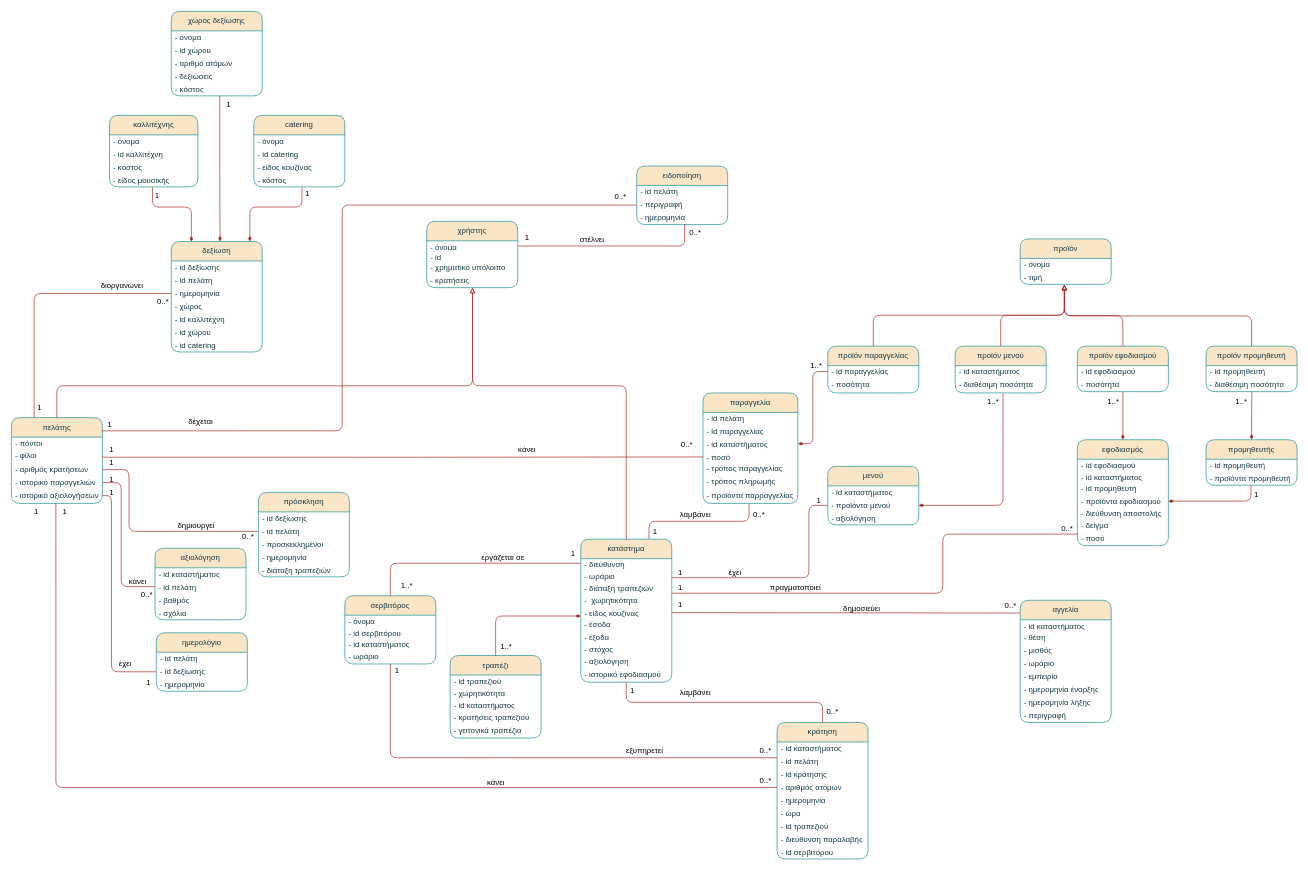
Earlier version of the draw.io diagram documents/contributions/Domain_model_v02.drawio (Mpooks/reasy). Source tidied: cells renumbered, new cells numbered last; positions are measured from the earlier drawing's top-left corner, leaving out a move shared by most shapes. Both pictures are drawn from the tidied source at 65%, with x=0, y=0 at pixel (11, 11).
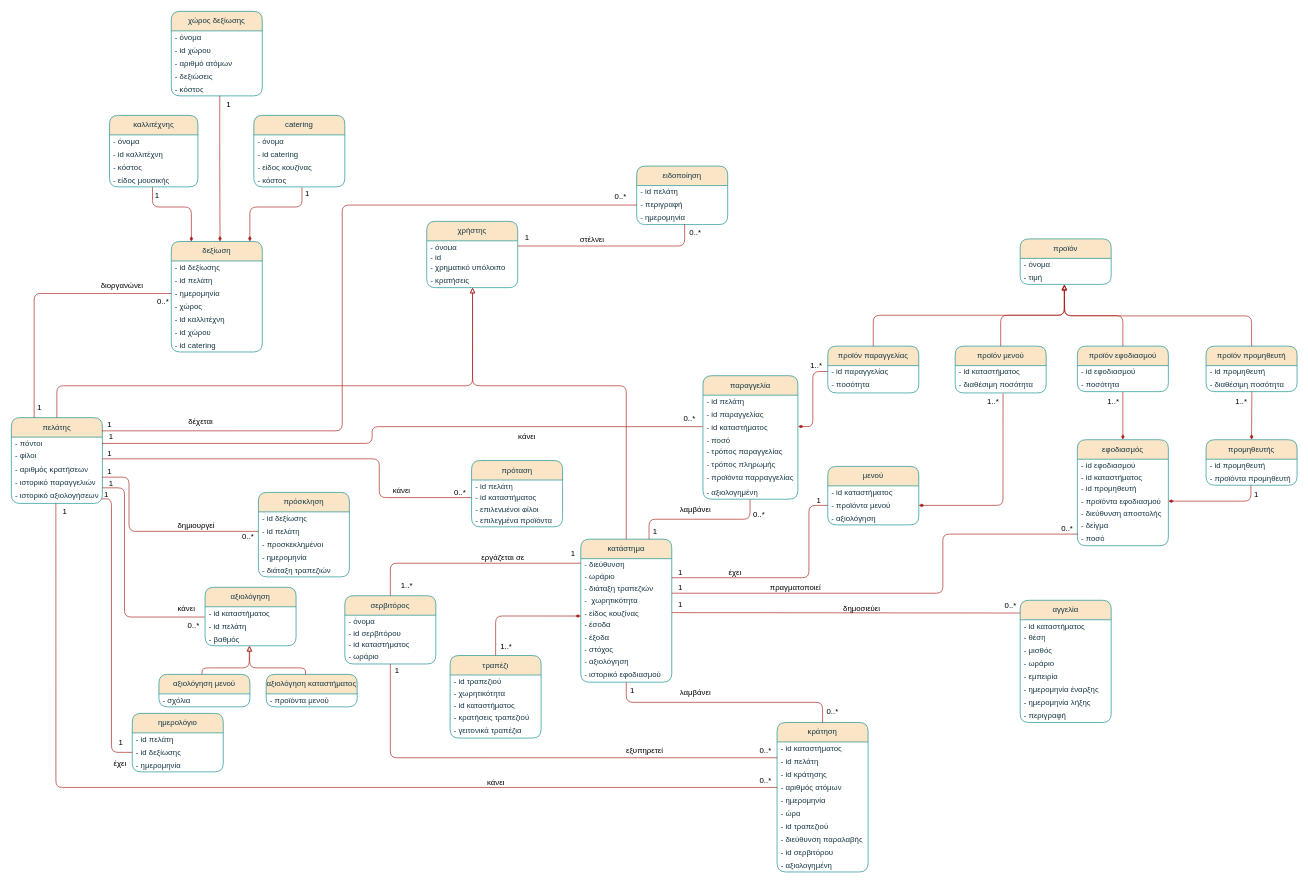
Above is the later version.

Commit message (it also covers changes not shown here):
Update domain model

The change refers to these unchanged cells:
```xml
<mxCell id="2" value="κατάστημα" style="swimlane;fontStyle=0;horizontal=1;startSize=30;whiteSpace=wrap;html=1;rounded=1;glass=0;shadow=0;labelBackgroundColor=none;fillColor=#FAE5C7;strokeColor=#0F8B8D;fontColor=#143642;" parent="1" vertex="1">
  <mxGeometry x="876" y="812" width="140" height="220" as="geometry" />
</mxCell>
<mxCell id="39" value="- id καταστήματος" style="text;strokeColor=none;fillColor=none;align=left;verticalAlign=middle;spacingLeft=4;spacingRight=4;overflow=hidden;points=[[0,0.5],[1,0.5]];portConstraint=eastwest;whiteSpace=wrap;html=1;glass=0;labelBackgroundColor=none;fontColor=#143642;" parent="36" vertex="1">
  <mxGeometry y="70" width="146" height="20" as="geometry" />
</mxCell>
<mxCell id="40" value="- ποσό" style="text;strokeColor=none;fillColor=none;align=left;verticalAlign=middle;spacingLeft=4;spacingRight=4;overflow=hidden;points=[[0,0.5],[1,0.5]];portConstraint=eastwest;whiteSpace=wrap;html=1;glass=0;labelBackgroundColor=none;fontColor=#143642;" parent="36" vertex="1">
  <mxGeometry y="90" width="146" height="17" as="geometry" />
</mxCell>
<mxCell id="43" value="- προϊόντα παρραγγελίας" style="text;strokeColor=none;fillColor=none;align=left;verticalAlign=middle;spacingLeft=4;spacingRight=4;overflow=hidden;points=[[0,0.5],[1,0.5]];portConstraint=eastwest;whiteSpace=wrap;html=1;glass=0;labelBackgroundColor=none;fontColor=#143642;" parent="36" vertex="1">
  <mxGeometry y="145" width="146" height="25" as="geometry" />
</mxCell>
<mxCell id="78" value="- id καταστήματος" style="text;strokeColor=none;fillColor=none;align=left;verticalAlign=middle;spacingLeft=4;spacingRight=4;overflow=hidden;points=[[0,0.5],[1,0.5]];portConstraint=eastwest;whiteSpace=wrap;html=1;glass=0;labelBackgroundColor=none;fontColor=#143642;" parent="77" vertex="1">
  <mxGeometry y="30" width="140" height="20" as="geometry" />
</mxCell>
<mxCell id="80" value="- βαθμός" style="text;strokeColor=none;fillColor=none;align=left;verticalAlign=middle;spacingLeft=4;spacingRight=4;overflow=hidden;points=[[0,0.5],[1,0.5]];portConstraint=eastwest;whiteSpace=wrap;html=1;glass=0;labelBackgroundColor=none;fontColor=#143642;" parent="77" vertex="1">
  <mxGeometry y="70" width="140" height="20" as="geometry" />
</mxCell>
<mxCell id="93" value="- id δεξίωσης" style="text;strokeColor=none;fillColor=none;align=left;verticalAlign=middle;spacingLeft=4;spacingRight=4;overflow=hidden;points=[[0,0.5],[1,0.5]];portConstraint=eastwest;whiteSpace=wrap;html=1;glass=0;labelBackgroundColor=none;fontColor=#143642;" parent="91" vertex="1">
  <mxGeometry y="50" width="140" height="20" as="geometry" />
</mxCell>
<mxCell id="121" value="- id πελάτη" style="text;strokeColor=none;fillColor=none;align=left;verticalAlign=middle;spacingLeft=4;spacingRight=4;overflow=hidden;points=[[0,0.5],[1,0.5]];portConstraint=eastwest;whiteSpace=wrap;html=1;glass=0;labelBackgroundColor=none;fontColor=#143642;" parent="119" vertex="1">
  <mxGeometry y="50" width="140" height="20" as="geometry" />
</mxCell>
<mxCell id="131" value="- φίλοι" style="text;strokeColor=none;fillColor=none;align=left;verticalAlign=middle;spacingLeft=4;spacingRight=4;overflow=hidden;points=[[0,0.5],[1,0.5]];portConstraint=eastwest;whiteSpace=wrap;html=1;glass=0;labelBackgroundColor=none;fontColor=#143642;" parent="129" vertex="1">
  <mxGeometry y="48" width="140" height="22" as="geometry" />
</mxCell>
<mxCell id="132" value="- αριθμός κρατήσεων" style="text;strokeColor=none;fillColor=none;align=left;verticalAlign=middle;spacingLeft=4;spacingRight=4;overflow=hidden;points=[[0,0.5],[1,0.5]];portConstraint=eastwest;whiteSpace=wrap;html=1;glass=0;labelBackgroundColor=none;fontColor=#143642;" parent="129" vertex="1">
  <mxGeometry y="70" width="140" height="20" as="geometry" />
</mxCell>
<mxCell id="133" value="- ιστορικό παραγγελιών" style="text;strokeColor=none;fillColor=none;align=left;verticalAlign=middle;spacingLeft=4;spacingRight=4;overflow=hidden;points=[[0,0.5],[1,0.5]];portConstraint=eastwest;whiteSpace=wrap;html=1;glass=0;labelBackgroundColor=none;fontColor=#143642;" parent="129" vertex="1">
  <mxGeometry y="90" width="140" height="18" as="geometry" />
</mxCell>
<mxCell id="134" value="- ιστορικό αξιολογήσεων" style="text;strokeColor=none;fillColor=none;align=left;verticalAlign=middle;spacingLeft=4;spacingRight=4;overflow=hidden;points=[[0,0.5],[1,0.5]];portConstraint=eastwest;whiteSpace=wrap;html=1;glass=0;labelBackgroundColor=none;fontColor=#143642;" parent="129" vertex="1">
  <mxGeometry y="108" width="140" height="24" as="geometry" />
</mxCell>
```

Diff of the diagram source:
```diff
@@
     <mxCell id="36" value="παραγγελία" style="swimlane;fontStyle=0;horizontal=1;startSize=30;whiteSpace=wrap;html=1;rounded=1;glass=0;labelBackgroundColor=none;fillColor=#FAE5C7;strokeColor=#0F8B8D;fontColor=#143642;" parent="1" vertex="1">
-      <mxGeometry x="1064" y="587" width="146" height="170" as="geometry" />
+      <mxGeometry x="1064" y="560.5" width="146" height="190" as="geometry" />
     </mxCell>
@@
+    <mxCell id="220" value="- αξιολογημένη" style="text;strokeColor=none;fillColor=none;align=left;verticalAlign=middle;spacingLeft=4;spacingRight=4;overflow=hidden;points=[[0,0.5],[1,0.5]];portConstraint=eastwest;whiteSpace=wrap;html=1;glass=0;labelBackgroundColor=none;fontColor=#143642;" parent="36" vertex="1">
+      <mxGeometry y="170" width="146" height="20" as="geometry" />
+    </mxCell>
@@
     <mxCell id="50" value="κράτηση" style="swimlane;fontStyle=0;horizontal=1;startSize=30;whiteSpace=wrap;html=1;rounded=1;glass=0;labelBackgroundColor=none;fillColor=#FAE5C7;strokeColor=#0F8B8D;fontColor=#143642;" parent="1" vertex="1">
-      <mxGeometry x="1178" y="1094" width="140" height="210" as="geometry" />
+      <mxGeometry x="1178" y="1094" width="140" height="230" as="geometry" />
     </mxCell>
@@
+    <mxCell id="221" value="- αξιολογημένη" style="text;strokeColor=none;fillColor=none;align=left;verticalAlign=middle;spacingLeft=4;spacingRight=4;overflow=hidden;whiteSpace=wrap;html=1;glass=0;labelBackgroundColor=none;fontColor=#143642;" parent="50" vertex="1">
+      <mxGeometry y="210" width="140" height="20" as="geometry" />
+    </mxCell>
@@
     <mxCell id="77" value="αξιολόγηση" style="swimlane;fontStyle=0;horizontal=1;startSize=30;whiteSpace=wrap;html=1;rounded=1;glass=0;labelBackgroundColor=none;fillColor=#FAE5C7;strokeColor=#0F8B8D;fontColor=#143642;" parent="1" vertex="1">
-      <mxGeometry x="221" y="826" width="140" height="110" as="geometry" />
+      <mxGeometry x="298" y="886" width="140" height="90" as="geometry" />
     </mxCell>
@@
-    <mxCell id="81" value="- σχόλια&lt;span style=&quot;white-space: pre;&quot;&gt; &lt;/span&gt;" style="text;strokeColor=none;fillColor=none;align=left;verticalAlign=middle;spacingLeft=4;spacingRight=4;overflow=hidden;whiteSpace=wrap;html=1;glass=0;labelBackgroundColor=none;fontColor=#143642;" parent="77" vertex="1">
-      <mxGeometry y="90" width="140" height="20" as="geometry" />
-    </mxCell>
@@
     <mxCell id="91" value="ημερολόγιο" style="swimlane;fontStyle=0;horizontal=1;startSize=30;whiteSpace=wrap;html=1;rounded=1;glass=0;labelBackgroundColor=none;fillColor=#FAE5C7;strokeColor=#0F8B8D;fontColor=#143642;" parent="1" vertex="1">
-      <mxGeometry x="223" y="956" width="140" height="90" as="geometry" />
+      <mxGeometry x="186" y="1080" width="140" height="90" as="geometry" />
     </mxCell>
@@
-    <mxCell id="143" style="edgeStyle=orthogonalEdgeStyle;rounded=1;jettySize=auto;html=1;exitX=0.75;exitY=0;exitDx=0;exitDy=0;entryX=0.485;entryY=1.039;entryDx=0;entryDy=0;fontColor=default;startFill=1;endFill=0;endArrow=none;labelBackgroundColor=none;strokeColor=#A8201A;entryPerimeter=0;" parent="1" edge="1" source="2" target="43">
+    <mxCell id="143" style="edgeStyle=orthogonalEdgeStyle;rounded=1;jettySize=auto;html=1;exitX=0.75;exitY=0;exitDx=0;exitDy=0;entryX=0.496;entryY=1.016;entryDx=0;entryDy=0;fontColor=default;startFill=1;endFill=0;endArrow=none;labelBackgroundColor=none;strokeColor=#A8201A;entryPerimeter=0;" parent="1" edge="1" source="2" target="220">
       <mxGeometry relative="1" as="geometry" />
     </mxCell>
-    <mxCell id="144" style="edgeStyle=orthogonalEdgeStyle;rounded=1;jettySize=auto;html=1;exitX=1;exitY=0.5;exitDx=0;exitDy=0;entryX=0;entryY=0.5;entryDx=0;entryDy=0;fontColor=default;startFill=1;endFill=0;endArrow=none;labelBackgroundColor=none;strokeColor=#A8201A;" parent="1" edge="1" source="131" target="40">
+    <mxCell id="144" style="edgeStyle=orthogonalEdgeStyle;rounded=1;jettySize=auto;html=1;exitX=-0.017;exitY=0.872;exitDx=0;exitDy=0;entryX=-0.001;entryY=0.42;entryDx=0;entryDy=0;fontColor=default;startFill=1;endFill=0;endArrow=none;labelBackgroundColor=none;strokeColor=#A8201A;exitPerimeter=0;entryPerimeter=0;" parent="1" edge="1" source="181" target="39">
       <mxGeometry relative="1" as="geometry">
         <Array as="points">
-          <mxPoint x="555" y="686" />
-          <mxPoint x="1051" y="686" />
+          <mxPoint x="555" y="665" />
         </Array>
       </mxGeometry>
     </mxCell>
     <mxCell id="145" value="κάνει" style="text;html=1;align=center;verticalAlign=middle;strokeColor=none;fillColor=none;" parent="1" vertex="1">
-      <mxGeometry x="770" y="662" width="45" height="26" as="geometry" />
+      <mxGeometry x="770" y="642" width="45" height="26" as="geometry" />
     </mxCell>
     <mxCell id="146" value="λαμβάνει" style="text;html=1;align=center;verticalAlign=middle;strokeColor=none;fillColor=none;" parent="1" vertex="1">
-      <mxGeometry x="1019" y="762" width="66" height="26" as="geometry" />
+      <mxGeometry x="1019" y="753.5" width="66" height="26" as="geometry" />
     </mxCell>
@@
-    <mxCell id="156" style="edgeStyle=orthogonalEdgeStyle;rounded=1;jettySize=auto;html=1;fontColor=default;startFill=1;endFill=0;endArrow=none;labelBackgroundColor=none;strokeColor=#A8201A;exitX=1;exitY=0.5;exitDx=0;exitDy=0;" parent="1" edge="1" source="133">
+    <mxCell id="156" style="edgeStyle=orthogonalEdgeStyle;rounded=1;jettySize=auto;html=1;fontColor=default;startFill=1;endFill=0;endArrow=none;labelBackgroundColor=none;strokeColor=#A8201A;entryX=-0.005;entryY=0.789;entryDx=0;entryDy=0;entryPerimeter=0;exitX=0.28;exitY=0.077;exitDx=0;exitDy=0;exitPerimeter=0;" parent="1" edge="1" source="187" target="78">
       <mxGeometry relative="1" as="geometry">
-        <mxPoint x="221" y="885" as="targetPoint" />
         <Array as="points">
-          <mxPoint x="140" y="725" />
-          <mxPoint x="169" y="725" />
-          <mxPoint x="169" y="885" />
+          <mxPoint x="174" y="733" />
+          <mxPoint x="174" y="932" />
         </Array>
       </mxGeometry>
     </mxCell>
     <mxCell id="157" value="κάνει" style="text;html=1;align=center;verticalAlign=middle;strokeColor=none;fillColor=none;" parent="1" vertex="1">
-      <mxGeometry x="171" y="864" width="45" height="26" as="geometry" />
+      <mxGeometry x="246" y="906" width="45" height="26" as="geometry" />
     </mxCell>
@@
     <mxCell id="159" value="έχει" style="text;html=1;align=center;verticalAlign=middle;strokeColor=none;fillColor=none;" parent="1" vertex="1">
-      <mxGeometry x="156" y="991" width="38" height="26" as="geometry" />
+      <mxGeometry x="148" y="1144" width="38" height="26" as="geometry" />
     </mxCell>
@@
-    <mxCell id="168" style="edgeStyle=orthogonalEdgeStyle;rounded=1;jettySize=auto;html=1;fontColor=default;startFill=1;endFill=0;endArrow=none;labelBackgroundColor=none;strokeColor=#A8201A;exitX=1;exitY=0.5;exitDx=0;exitDy=0;entryX=0;entryY=0.5;entryDx=0;entryDy=0;" parent="1" edge="1" source="132" target="121">
+    <mxCell id="168" style="edgeStyle=orthogonalEdgeStyle;rounded=1;jettySize=auto;html=1;fontColor=default;startFill=1;endFill=0;endArrow=none;labelBackgroundColor=none;strokeColor=#A8201A;exitX=-0.006;exitY=0.101;exitDx=0;exitDy=0;entryX=0;entryY=0.5;entryDx=0;entryDy=0;exitPerimeter=0;" parent="1" edge="1" source="185" target="121">
       <mxGeometry relative="1" as="geometry">
         <Array as="points">
-          <mxPoint x="181" y="705" />
+          <mxPoint x="181" y="717" />
           <mxPoint x="181" y="800" />
         </Array>
       </mxGeometry>
     </mxCell>
@@
-    <mxCell id="175" style="edgeStyle=orthogonalEdgeStyle;rounded=1;jettySize=auto;html=1;fontColor=default;startFill=1;endFill=0;endArrow=none;labelBackgroundColor=none;strokeColor=#A8201A;exitX=0;exitY=0.5;exitDx=0;exitDy=0;entryX=1;entryY=0.5;entryDx=0;entryDy=0;" parent="1" edge="1" source="93" target="134">
+    <mxCell id="175" style="edgeStyle=orthogonalEdgeStyle;rounded=1;jettySize=auto;html=1;fontColor=default;startFill=1;endFill=0;endArrow=none;labelBackgroundColor=none;strokeColor=#A8201A;exitX=0;exitY=0.5;exitDx=0;exitDy=0;entryX=0.992;entryY=0.708;entryDx=0;entryDy=0;entryPerimeter=0;" parent="1" edge="1" source="93" target="134">
       <mxGeometry relative="1" as="geometry">
         <Array as="points">
-          <mxPoint x="154" y="1016" />
-          <mxPoint x="154" y="745" />
+          <mxPoint x="154" y="1140" />
+          <mxPoint x="154" y="750" />
         </Array>
       </mxGeometry>
     </mxCell>
@@
     <mxCell id="181" value="1" style="text;html=1;align=center;verticalAlign=middle;points=[];strokeColor=none;fillColor=none;" parent="1" vertex="1">
-      <mxGeometry x="141" y="662" width="25" height="26" as="geometry" />
+      <mxGeometry x="140" y="642" width="25" height="26" as="geometry" />
     </mxCell>
     <mxCell id="182" value="0..*" style="text;html=1;align=center;verticalAlign=middle;strokeColor=none;fillColor=none;" parent="1" vertex="1">
-      <mxGeometry x="1021" y="653" width="36" height="26" as="geometry" />
+      <mxGeometry x="1025" y="613" width="36" height="26" as="geometry" />
     </mxCell>
     <mxCell id="183" value="1" style="text;html=1;align=center;verticalAlign=middle;strokeColor=none;fillColor=none;" parent="1" vertex="1">
-      <mxGeometry x="141" y="681" width="25" height="26" as="geometry" />
+      <mxGeometry x="138" y="695" width="25" height="26" as="geometry" />
     </mxCell>
@@
     <mxCell id="185" value="1" style="text;html=1;align=center;verticalAlign=middle;points=[];strokeColor=none;fillColor=none;" parent="1" vertex="1">
-      <mxGeometry x="141" y="707" width="25" height="26" as="geometry" />
+      <mxGeometry x="140" y="714" width="25" height="26" as="geometry" />
     </mxCell>
     <mxCell id="186" value="0..*" style="text;html=1;align=center;verticalAlign=middle;strokeColor=none;fillColor=none;" parent="1" vertex="1">
-      <mxGeometry x="190" y="885" width="36" height="26" as="geometry" />
+      <mxGeometry x="262" y="932" width="36" height="26" as="geometry" />
     </mxCell>
     <mxCell id="187" value="1" style="text;html=1;align=center;verticalAlign=middle;points=[];strokeColor=none;fillColor=none;" parent="1" vertex="1">
-      <mxGeometry x="141" y="727.5" width="25" height="26" as="geometry" />
+      <mxGeometry x="133" y="731" width="25" height="26" as="geometry" />
     </mxCell>
     <mxCell id="188" value="1" style="text;html=1;align=center;verticalAlign=middle;strokeColor=none;fillColor=none;" parent="1" vertex="1">
-      <mxGeometry x="198" y="1020" width="25" height="26" as="geometry" />
+      <mxGeometry x="155" y="1112" width="25" height="26" as="geometry" />
     </mxCell>
@@
-    <mxCell id="191" value="1" style="text;html=1;align=center;verticalAlign=middle;strokeColor=none;fillColor=none;" parent="1" vertex="1">
-      <mxGeometry x="25" y="757" width="25" height="26" as="geometry" />
-    </mxCell>
@@
+    <mxCell id="222" value="αξιολόγηση μενού" style="swimlane;fontStyle=0;horizontal=1;startSize=30;whiteSpace=wrap;html=1;rounded=1;glass=0;labelBackgroundColor=none;fillColor=#FAE5C7;strokeColor=#0F8B8D;fontColor=#143642;" parent="1" vertex="1">
+      <mxGeometry x="227" y="1020" width="140" height="50" as="geometry" />
+    </mxCell>
+    <mxCell id="81" value="- σχόλια" style="text;strokeColor=none;fillColor=none;align=left;verticalAlign=middle;spacingLeft=4;spacingRight=4;overflow=hidden;whiteSpace=wrap;html=1;glass=0;labelBackgroundColor=none;fontColor=#143642;" parent="222" vertex="1">
+      <mxGeometry y="30" width="140" height="20" as="geometry" />
+    </mxCell>
+    <mxCell id="223" value="αξιολόγηση καταστήματος" style="swimlane;fontStyle=0;horizontal=1;startSize=30;whiteSpace=wrap;html=1;rounded=1;glass=0;labelBackgroundColor=none;fillColor=#FAE5C7;strokeColor=#0F8B8D;fontColor=#143642;" parent="1" vertex="1">
+      <mxGeometry x="392" y="1020" width="140" height="50" as="geometry" />
+    </mxCell>
+    <mxCell id="224" value="- προϊόντα μενού" style="text;strokeColor=none;fillColor=none;align=left;verticalAlign=middle;spacingLeft=4;spacingRight=4;overflow=hidden;whiteSpace=wrap;html=1;glass=0;labelBackgroundColor=none;fontColor=#143642;" parent="223" vertex="1">
+      <mxGeometry y="30" width="140" height="20" as="geometry" />
+    </mxCell>
+    <mxCell id="225" style="edgeStyle=orthogonalEdgeStyle;rounded=1;jettySize=auto;html=1;exitX=0.432;exitY=0;exitDx=0;exitDy=0;fontColor=default;startFill=1;endFill=0;endArrow=block;labelBackgroundColor=none;strokeColor=#A8201A;entryX=0.49;entryY=1.015;entryDx=0;entryDy=0;entryPerimeter=0;exitPerimeter=0;" parent="1" edge="1" source="223" target="80">
+      <mxGeometry relative="1" as="geometry">
+        <Array as="points">
+          <mxPoint x="453" y="1010" />
+          <mxPoint x="367" y="1010" />
+        </Array>
+      </mxGeometry>
+    </mxCell>
+    <mxCell id="226" style="edgeStyle=orthogonalEdgeStyle;rounded=1;jettySize=auto;html=1;exitX=0.474;exitY=-0.003;exitDx=0;exitDy=0;fontColor=default;startFill=1;endFill=0;endArrow=block;labelBackgroundColor=none;strokeColor=#A8201A;exitPerimeter=0;" parent="1" edge="1" source="222" target="80">
+      <mxGeometry relative="1" as="geometry">
+        <Array as="points">
+          <mxPoint x="293" y="1010" />
+          <mxPoint x="366" y="1010" />
+        </Array>
+      </mxGeometry>
+    </mxCell>
+    <mxCell id="227" style="edgeStyle=orthogonalEdgeStyle;rounded=1;jettySize=auto;html=1;exitX=1.001;exitY=0.7;exitDx=0;exitDy=0;fontColor=default;startFill=1;endFill=0;endArrow=none;labelBackgroundColor=none;strokeColor=#A8201A;exitPerimeter=0;entryX=0;entryY=0.5;entryDx=0;entryDy=0;" parent="1" edge="1" source="131">
+      <mxGeometry relative="1" as="geometry">
+        <mxPoint x="708" y="748" as="targetPoint" />
+        <Array as="points">
+          <mxPoint x="566" y="688" />
+          <mxPoint x="566" y="748" />
+        </Array>
+      </mxGeometry>
+    </mxCell>
+    <mxCell id="228" value="πρόταση" style="swimlane;fontStyle=0;horizontal=1;startSize=30;whiteSpace=wrap;html=1;rounded=1;glass=0;labelBackgroundColor=none;fillColor=#FAE5C7;strokeColor=#0F8B8D;fontColor=#143642;" parent="1" vertex="1">
+      <mxGeometry x="708" y="691" width="140" height="102" as="geometry" />
+    </mxCell>
+    <mxCell id="229" value="- id πελάτη" style="text;strokeColor=none;fillColor=none;align=left;verticalAlign=middle;spacingLeft=4;spacingRight=4;overflow=hidden;whiteSpace=wrap;html=1;glass=0;labelBackgroundColor=none;fontColor=#143642;" parent="228" vertex="1">
+      <mxGeometry y="30" width="140" height="18" as="geometry" />
+    </mxCell>
+    <mxCell id="230" value="- id καταστήματος" style="text;strokeColor=none;fillColor=none;align=left;verticalAlign=middle;spacingLeft=4;spacingRight=4;overflow=hidden;whiteSpace=wrap;html=1;glass=0;labelBackgroundColor=none;fontColor=#143642;" parent="228" vertex="1">
+      <mxGeometry y="48" width="140" height="17" as="geometry" />
+    </mxCell>
+    <mxCell id="231" value="- επιλεγμένοι φίλοι" style="text;strokeColor=none;fillColor=none;align=left;verticalAlign=middle;spacingLeft=4;spacingRight=4;overflow=hidden;whiteSpace=wrap;html=1;glass=0;labelBackgroundColor=none;fontColor=#143642;" parent="228" vertex="1">
+      <mxGeometry y="65" width="140" height="16" as="geometry" />
+    </mxCell>
+    <mxCell id="232" value="- επιλεγμένα προϊόντα" style="text;strokeColor=none;fillColor=none;align=left;verticalAlign=middle;spacingLeft=4;spacingRight=4;overflow=hidden;whiteSpace=wrap;html=1;glass=0;labelBackgroundColor=none;fontColor=#143642;" parent="228" vertex="1">
+      <mxGeometry y="81" width="140" height="21" as="geometry" />
+    </mxCell>
+    <mxCell id="233" value="κάνει" style="text;html=1;align=center;verticalAlign=middle;strokeColor=none;fillColor=none;" parent="1" vertex="1">
+      <mxGeometry x="577" y="724" width="45" height="26" as="geometry" />
+    </mxCell>
+    <mxCell id="191" value="1" style="text;html=1;align=center;verticalAlign=middle;strokeColor=none;fillColor=none;" parent="1" vertex="1">
+      <mxGeometry x="138" y="668" width="25" height="26" as="geometry" />
+    </mxCell>
+    <mxCell id="234" value="0..*" style="text;html=1;align=center;verticalAlign=middle;strokeColor=none;fillColor=none;" parent="1" vertex="1">
+      <mxGeometry x="672" y="727.5" width="36" height="26" as="geometry" />
+    </mxCell>
```
